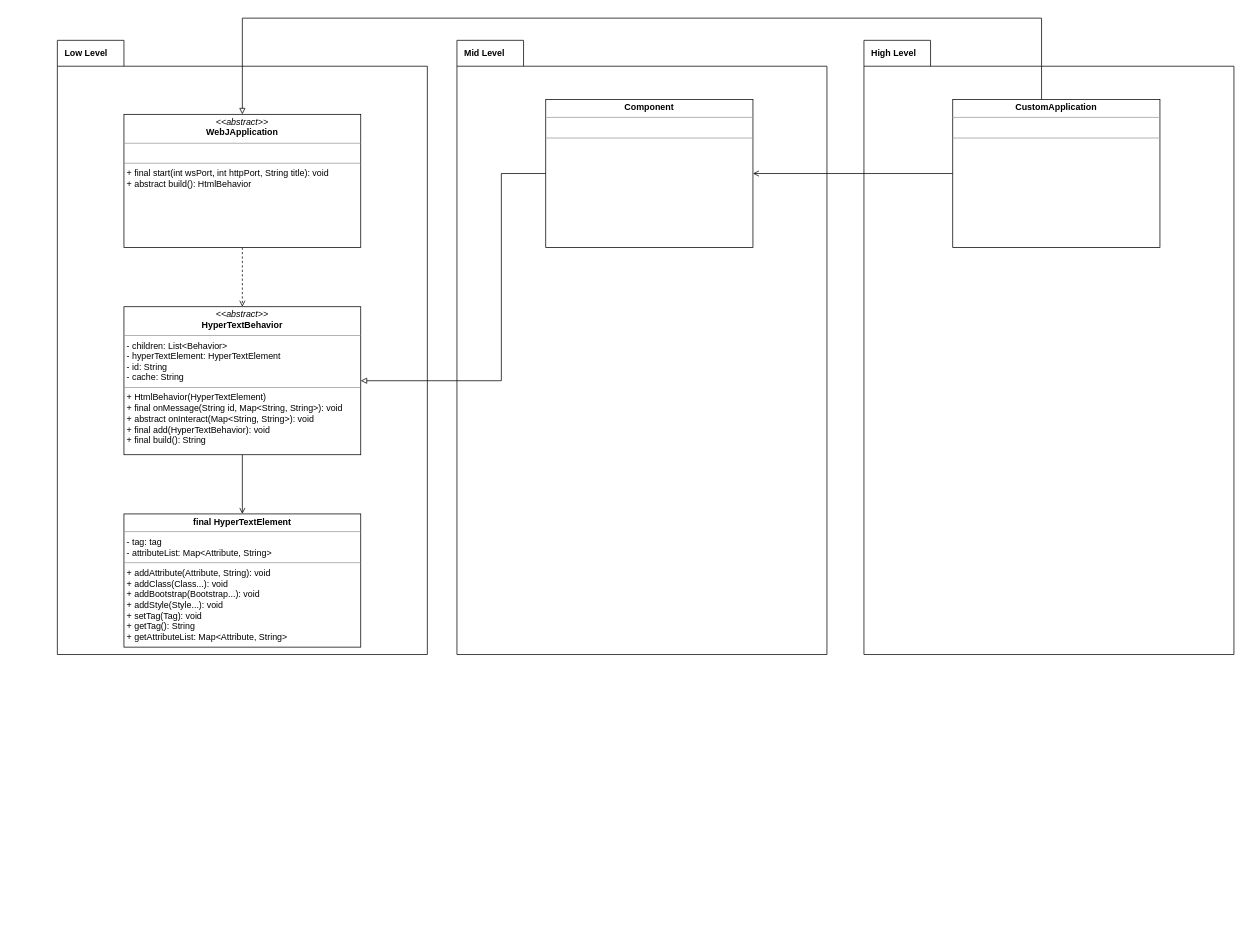
Above: page "UML" (5 of 5) of plan/WebGraphics.drawio in VelocityPackage/webJ (draw.io), before the change. Source tidied: cells renumbered, new cells numbered last; positions are measured from the earlier drawing's top-left corner, leaving out a move shared by most shapes. Both pictures are drawn from the tidied source at 74%, with x=0, y=0 at pixel (57, 18).
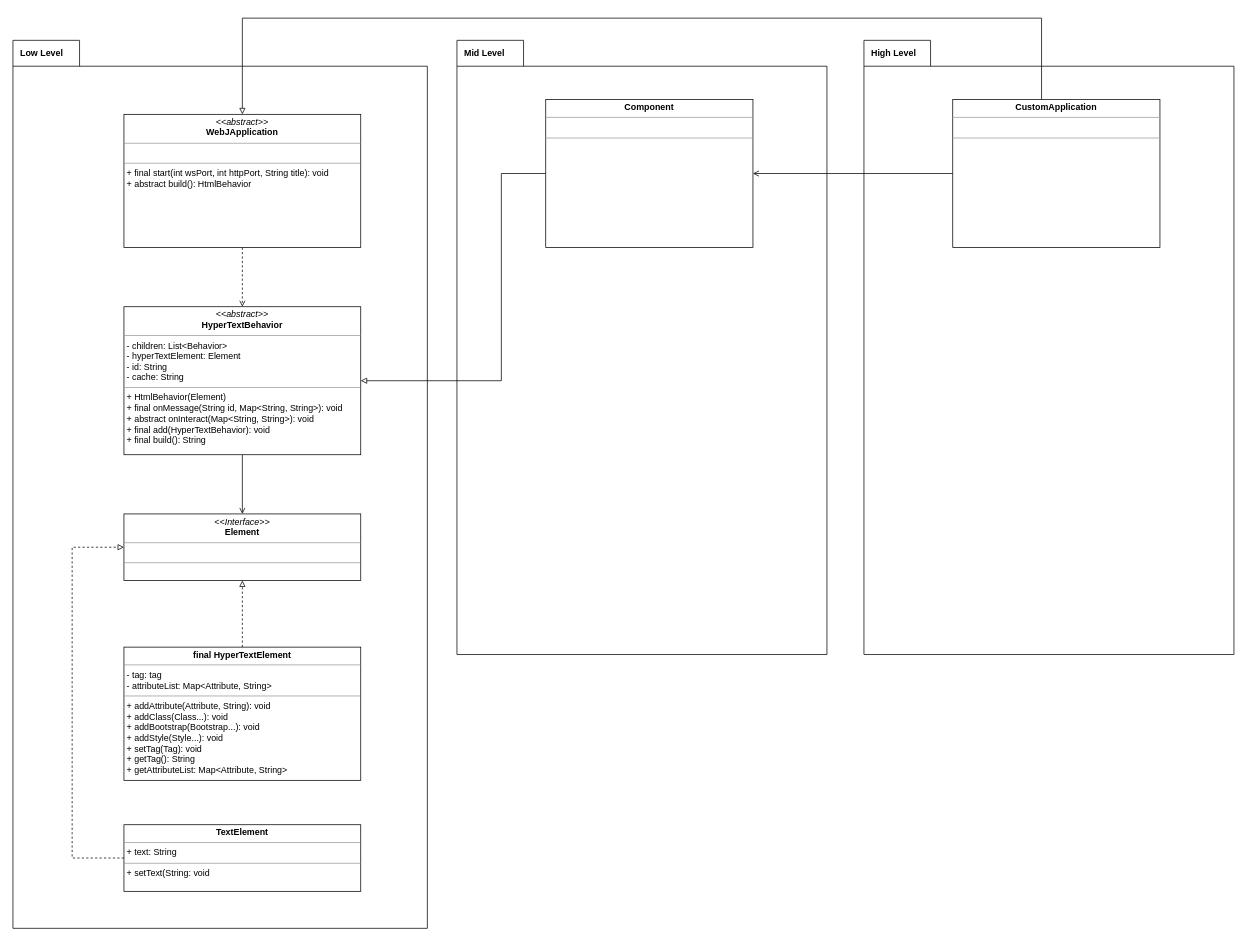
The same diagram, later.

The edit, as a diff of the source:
```diff
@@
     <mxCell id="4" value="Low Level" style="shape=folder;fontStyle=1;spacingTop=5;tabWidth=90;tabHeight=35;tabPosition=left;html=1;align=left;labelPosition=center;verticalLabelPosition=middle;verticalAlign=top;textDirection=ltr;horizontal=1;spacingLeft=10;spacing=0;" parent="1" vertex="1">
-      <mxGeometry y="30" width="500" height="830" as="geometry" />
+      <mxGeometry x="-60" y="30" width="560" height="1200" as="geometry" />
     </mxCell>
+    <mxCell id="15" style="edgeStyle=orthogonalEdgeStyle;rounded=0;jettySize=auto;html=1;endArrow=block;endFill=0;dashed=1;" parent="1" edge="1" source="5" target="17">
+      <mxGeometry relative="1" as="geometry" />
+    </mxCell>
     <mxCell id="5" value="&lt;p style=&quot;margin: 0px ; margin-top: 4px ; text-align: center&quot;&gt;&lt;b&gt;final HyperTextElement&lt;/b&gt;&lt;/p&gt;&lt;hr size=&quot;1&quot;&gt;&lt;p style=&quot;margin: 0px ; margin-left: 4px&quot;&gt;&lt;span&gt;- tag: tag&lt;/span&gt;&lt;br&gt;&lt;/p&gt;&lt;p style=&quot;margin: 0px ; margin-left: 4px&quot;&gt;- attributeList: Map&amp;lt;Attribute, String&amp;gt;&lt;/p&gt;&lt;hr size=&quot;1&quot;&gt;&lt;p style=&quot;margin: 0px ; margin-left: 4px&quot;&gt;&lt;span&gt;+ addAttribute(Attribute, String): void&lt;/span&gt;&lt;br&gt;&lt;/p&gt;&lt;p style=&quot;margin: 0px ; margin-left: 4px&quot;&gt;&lt;span&gt;+ addClass(Class...): void&lt;/span&gt;&lt;/p&gt;&lt;p style=&quot;margin: 0px ; margin-left: 4px&quot;&gt;+ addBootstrap(Bootstrap...): void&lt;/p&gt;&lt;p style=&quot;margin: 0px ; margin-left: 4px&quot;&gt;+ addStyle(Style...): void&lt;/p&gt;&lt;p style=&quot;margin: 0px ; margin-left: 4px&quot;&gt;+ setTag(Tag): void&lt;/p&gt;&lt;p style=&quot;margin: 0px ; margin-left: 4px&quot;&gt;+ getTag(): String&lt;/p&gt;&lt;p style=&quot;margin: 0px ; margin-left: 4px&quot;&gt;+ getAttributeList: Map&amp;lt;Attribute, String&amp;gt;&lt;/p&gt;" style="verticalAlign=top;align=left;overflow=fill;fontSize=12;fontFamily=Helvetica;html=1;" parent="1" vertex="1">
-      <mxGeometry x="90" y="670" width="320" height="180" as="geometry" />
+      <mxGeometry x="90" y="850" width="320" height="180" as="geometry" />
     </mxCell>
-    <mxCell id="6" style="edgeStyle=orthogonalEdgeStyle;rounded=0;jumpSize=6;jettySize=auto;html=1;endArrow=open;endFill=0;strokeWidth=1;" parent="1" edge="1" source="7" target="5">
-      <mxGeometry relative="1" as="geometry" />
-    </mxCell>
+    <mxCell id="16" style="edgeStyle=orthogonalEdgeStyle;rounded=0;jettySize=auto;html=1;endArrow=open;endFill=0;" parent="1" edge="1" source="7" target="17">
+      <mxGeometry relative="1" as="geometry" />
+    </mxCell>
-    <mxCell id="7" value="&lt;p style=&quot;margin: 0px ; margin-top: 4px ; text-align: center&quot;&gt;&lt;i&gt;&amp;lt;&amp;lt;abstract&amp;gt;&amp;gt;&lt;/i&gt;&lt;br&gt;&lt;b&gt;HyperTextBehavior&lt;/b&gt;&lt;/p&gt;&lt;hr size=&quot;1&quot;&gt;&lt;p style=&quot;margin: 0px ; margin-left: 4px&quot;&gt;- children: List&amp;lt;Behavior&amp;gt;&lt;br&gt;&lt;/p&gt;&lt;p style=&quot;margin: 0px ; margin-left: 4px&quot;&gt;- hyperTextElement: HyperTextElement&lt;/p&gt;&lt;p style=&quot;margin: 0px ; margin-left: 4px&quot;&gt;- id: String&lt;/p&gt;&lt;p style=&quot;margin: 0px ; margin-left: 4px&quot;&gt;- cache: String&lt;/p&gt;&lt;hr size=&quot;1&quot;&gt;&lt;p style=&quot;margin: 0px ; margin-left: 4px&quot;&gt;+ HtmlBehavior(HyperTextElement)&lt;/p&gt;&lt;p style=&quot;margin: 0px ; margin-left: 4px&quot;&gt;+ final onMessage(String id, Map&amp;lt;String, String&amp;gt;): void&lt;br&gt;+ abstract onInteract(Map&amp;lt;String, String&amp;gt;): void&lt;/p&gt;&lt;p style=&quot;margin: 0px ; margin-left: 4px&quot;&gt;+ final add(HyperTextBehavior): void&lt;/p&gt;&lt;p style=&quot;margin: 0px ; margin-left: 4px&quot;&gt;+ final build(): String&lt;/p&gt;&lt;p style=&quot;margin: 0px ; margin-left: 4px&quot;&gt;&lt;br&gt;&lt;/p&gt;&lt;p style=&quot;margin: 0px ; margin-left: 4px&quot;&gt;&lt;br&gt;&lt;/p&gt;" style="verticalAlign=top;align=left;overflow=fill;fontSize=12;fontFamily=Helvetica;html=1;" parent="1" vertex="1">
+    <mxCell id="7" value="&lt;p style=&quot;margin: 0px ; margin-top: 4px ; text-align: center&quot;&gt;&lt;i&gt;&amp;lt;&amp;lt;abstract&amp;gt;&amp;gt;&lt;/i&gt;&lt;br&gt;&lt;b&gt;HyperTextBehavior&lt;/b&gt;&lt;/p&gt;&lt;hr size=&quot;1&quot;&gt;&lt;p style=&quot;margin: 0px ; margin-left: 4px&quot;&gt;- children: List&amp;lt;Behavior&amp;gt;&lt;br&gt;&lt;/p&gt;&lt;p style=&quot;margin: 0px ; margin-left: 4px&quot;&gt;- hyperTextElement: Element&lt;/p&gt;&lt;p style=&quot;margin: 0px ; margin-left: 4px&quot;&gt;- id: String&lt;/p&gt;&lt;p style=&quot;margin: 0px ; margin-left: 4px&quot;&gt;- cache: String&lt;/p&gt;&lt;hr size=&quot;1&quot;&gt;&lt;p style=&quot;margin: 0px ; margin-left: 4px&quot;&gt;+ HtmlBehavior(Element)&lt;/p&gt;&lt;p style=&quot;margin: 0px ; margin-left: 4px&quot;&gt;+ final onMessage(String id, Map&amp;lt;String, String&amp;gt;): void&lt;br&gt;+ abstract onInteract(Map&amp;lt;String, String&amp;gt;): void&lt;/p&gt;&lt;p style=&quot;margin: 0px ; margin-left: 4px&quot;&gt;+ final add(HyperTextBehavior): void&lt;/p&gt;&lt;p style=&quot;margin: 0px ; margin-left: 4px&quot;&gt;+ final build(): String&lt;/p&gt;&lt;p style=&quot;margin: 0px ; margin-left: 4px&quot;&gt;&lt;br&gt;&lt;/p&gt;&lt;p style=&quot;margin: 0px ; margin-left: 4px&quot;&gt;&lt;br&gt;&lt;/p&gt;" style="verticalAlign=top;align=left;overflow=fill;fontSize=12;fontFamily=Helvetica;html=1;" parent="1" vertex="1">
       <mxGeometry x="90" y="390" width="320" height="200" as="geometry" />
     </mxCell>
@@
+    <mxCell id="17" value="&lt;p style=&quot;margin: 0px ; margin-top: 4px ; text-align: center&quot;&gt;&lt;i&gt;&amp;lt;&amp;lt;Interface&amp;gt;&amp;gt;&lt;/i&gt;&lt;br&gt;&lt;b&gt;Element&lt;/b&gt;&lt;/p&gt;&lt;hr size=&quot;1&quot;&gt;&lt;p style=&quot;margin: 0px ; margin-left: 4px&quot;&gt;&lt;br&gt;&lt;/p&gt;&lt;hr size=&quot;1&quot;&gt;&lt;p style=&quot;margin: 0px ; margin-left: 4px&quot;&gt;&lt;br&gt;&lt;/p&gt;" style="verticalAlign=top;align=left;overflow=fill;fontSize=12;fontFamily=Helvetica;html=1;" parent="1" vertex="1">
+      <mxGeometry x="90" y="670" width="320" height="90" as="geometry" />
+    </mxCell>
+    <mxCell id="18" style="edgeStyle=orthogonalEdgeStyle;rounded=0;jettySize=auto;html=1;dashed=1;endArrow=block;endFill=0;" parent="1" edge="1" source="19" target="17">
+      <mxGeometry relative="1" as="geometry">
+        <Array as="points">
+          <mxPoint x="20" y="1135" />
+          <mxPoint x="20" y="715" />
+        </Array>
+      </mxGeometry>
+    </mxCell>
+    <mxCell id="19" value="&lt;p style=&quot;margin: 0px ; margin-top: 4px ; text-align: center&quot;&gt;&lt;b&gt;TextElement&lt;/b&gt;&lt;/p&gt;&lt;hr size=&quot;1&quot;&gt;&lt;p style=&quot;margin: 0px ; margin-left: 4px&quot;&gt;+ text: String&lt;/p&gt;&lt;hr size=&quot;1&quot;&gt;&lt;p style=&quot;margin: 0px ; margin-left: 4px&quot;&gt;+ setText(String: void&lt;/p&gt;" style="verticalAlign=top;align=left;overflow=fill;fontSize=12;fontFamily=Helvetica;html=1;" parent="1" vertex="1">
+      <mxGeometry x="90" y="1090" width="320" height="90" as="geometry" />
+    </mxCell>
```
